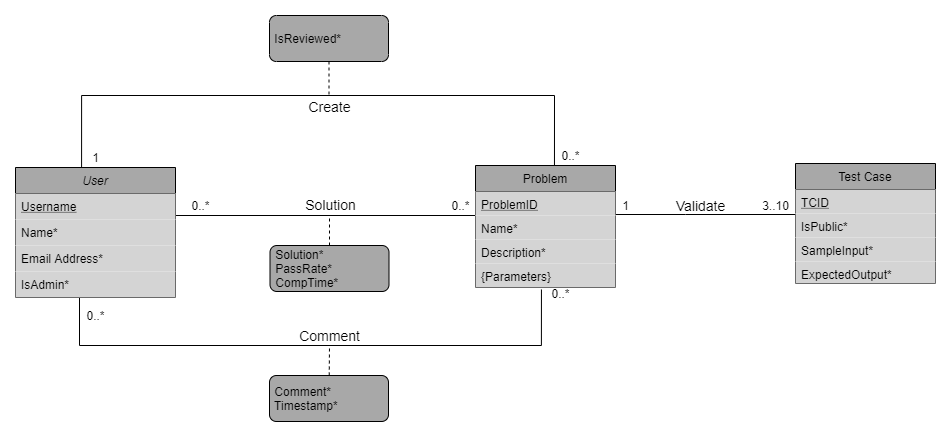
This is docs/img/CS360_Database_Design_Transparent.png from AlgoLearnWCSU/AlgoLearnApi, a draw.io export, as it was before one commit. Source tidied: cells renumbered, new cells last; positions are measured from the earlier drawing's top-left corner, leaving out a move shared by most shapes.
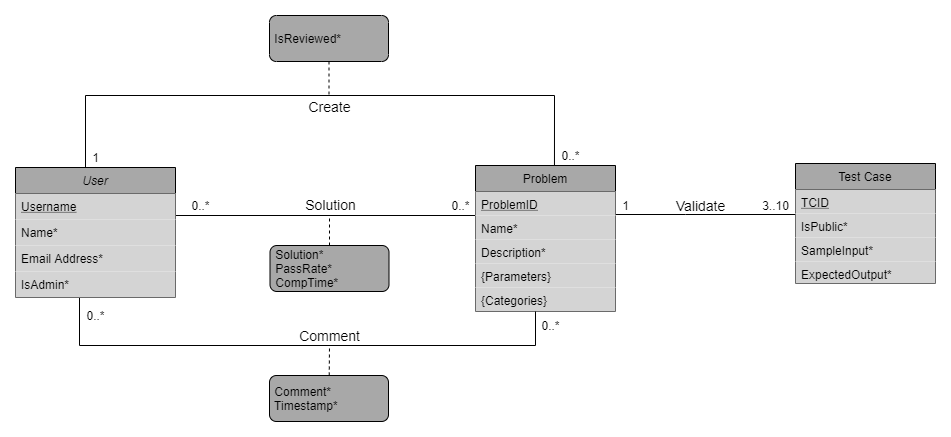
After the commit.

Commit message:
#2 add categories to problem

Diff of the diagram source:
```diff
@@ -5,7 +5,8 @@
     <mxCell id="2" style="edgeStyle=orthogonalEdgeStyle;rounded=0;jettySize=auto;html=1;entryX=0.564;entryY=0;entryDx=0;entryDy=0;entryPerimeter=0;endArrow=none;endFill=0;exitX=0.413;exitY=0.007;exitDx=0;exitDy=0;exitPerimeter=0;" parent="1" edge="1" source="34" target="7">
       <mxGeometry relative="1" as="geometry">
         <Array as="points">
-          <mxPoint x="66" y="80" />
+          <mxPoint x="70" y="153" />
+          <mxPoint x="70" y="80" />
           <mxPoint x="539" y="80" />
         </Array>
       </mxGeometry>
@@ -37,7 +38,7 @@
       </mxGeometry>
     </mxCell>
     <mxCell id="7" value="Problem" style="swimlane;fontStyle=0;horizontal=1;startSize=26;fillColor=#A8A8A8;" parent="1" vertex="1">
-      <mxGeometry x="460" y="150" width="140" height="122" as="geometry" />
+      <mxGeometry x="460" y="150" width="140" height="146" as="geometry" />
     </mxCell>
     <mxCell id="8" value="ProblemID&#10;" style="text;strokeColor=none;align=left;verticalAlign=top;spacingLeft=4;spacingRight=4;overflow=hidden;points=[[0,0.5],[1,0.5]];portConstraint=eastwest;fontStyle=4;fillColor=#D4D4D4;" parent="7" vertex="1">
       <mxGeometry y="26" width="140" height="24" as="geometry" />
@@ -51,6 +52,9 @@
     <mxCell id="11" value="{Parameters}" style="text;strokeColor=none;align=left;verticalAlign=top;spacingLeft=4;spacingRight=4;overflow=hidden;points=[[0,0.5],[1,0.5]];portConstraint=eastwest;fontStyle=0;fillColor=#D4D4D4;" parent="7" vertex="1">
       <mxGeometry y="98" width="140" height="24" as="geometry" />
     </mxCell>
+    <mxCell id="39" value="{Categories}" style="text;strokeColor=none;align=left;verticalAlign=top;spacingLeft=4;spacingRight=4;overflow=hidden;fontStyle=0;fillColor=#D4D4D4;" parent="7" vertex="1">
+      <mxGeometry y="122" width="140" height="24" as="geometry" />
+    </mxCell>
     <mxCell id="12" value="0..*" style="text;html=1;align=center;verticalAlign=middle;" parent="1" vertex="1">
       <mxGeometry x="430" y="180" width="30" height="20" as="geometry" />
     </mxCell>
@@ -79,16 +83,16 @@
     <mxCell id="19" value="&amp;nbsp;Solution*&lt;br&gt;&amp;nbsp;PassRate*&lt;br&gt;&amp;nbsp;CompTime*" style="html=1;align=left;perimeter=rectanglePerimeter;rounded=1;fillColor=#A8A8A8;" parent="1" vertex="1">
       <mxGeometry x="254.5" y="230" width="119" height="46" as="geometry" />
     </mxCell>
-    <mxCell id="20" style="edgeStyle=orthogonalEdgeStyle;rounded=0;jettySize=auto;html=1;entryX=0.4;entryY=0.962;entryDx=0;entryDy=0;entryPerimeter=0;endArrow=none;endFill=0;exitX=0.471;exitY=1.083;exitDx=0;exitDy=0;exitPerimeter=0;" parent="1" edge="1" source="11" target="38">
+    <mxCell id="20" style="edgeStyle=orthogonalEdgeStyle;rounded=0;jettySize=auto;html=1;entryX=0.4;entryY=0.962;entryDx=0;entryDy=0;entryPerimeter=0;endArrow=none;endFill=0;" parent="1" edge="1" source="7" target="38">
       <mxGeometry relative="1" as="geometry">
         <Array as="points">
-          <mxPoint x="526" y="330" />
+          <mxPoint x="520" y="330" />
           <mxPoint x="64" y="330" />
         </Array>
       </mxGeometry>
     </mxCell>
     <mxCell id="21" value="0..*" style="text;html=1;align=center;verticalAlign=middle;" parent="1" vertex="1">
-      <mxGeometry x="530" y="268" width="30" height="20" as="geometry" />
+      <mxGeometry x="520" y="300" width="30" height="20" as="geometry" />
     </mxCell>
     <mxCell id="22" value="0..*" style="text;html=1;align=center;verticalAlign=middle;" parent="1" vertex="1">
       <mxGeometry x="65" y="290" width="30" height="20" as="geometry" />
```
